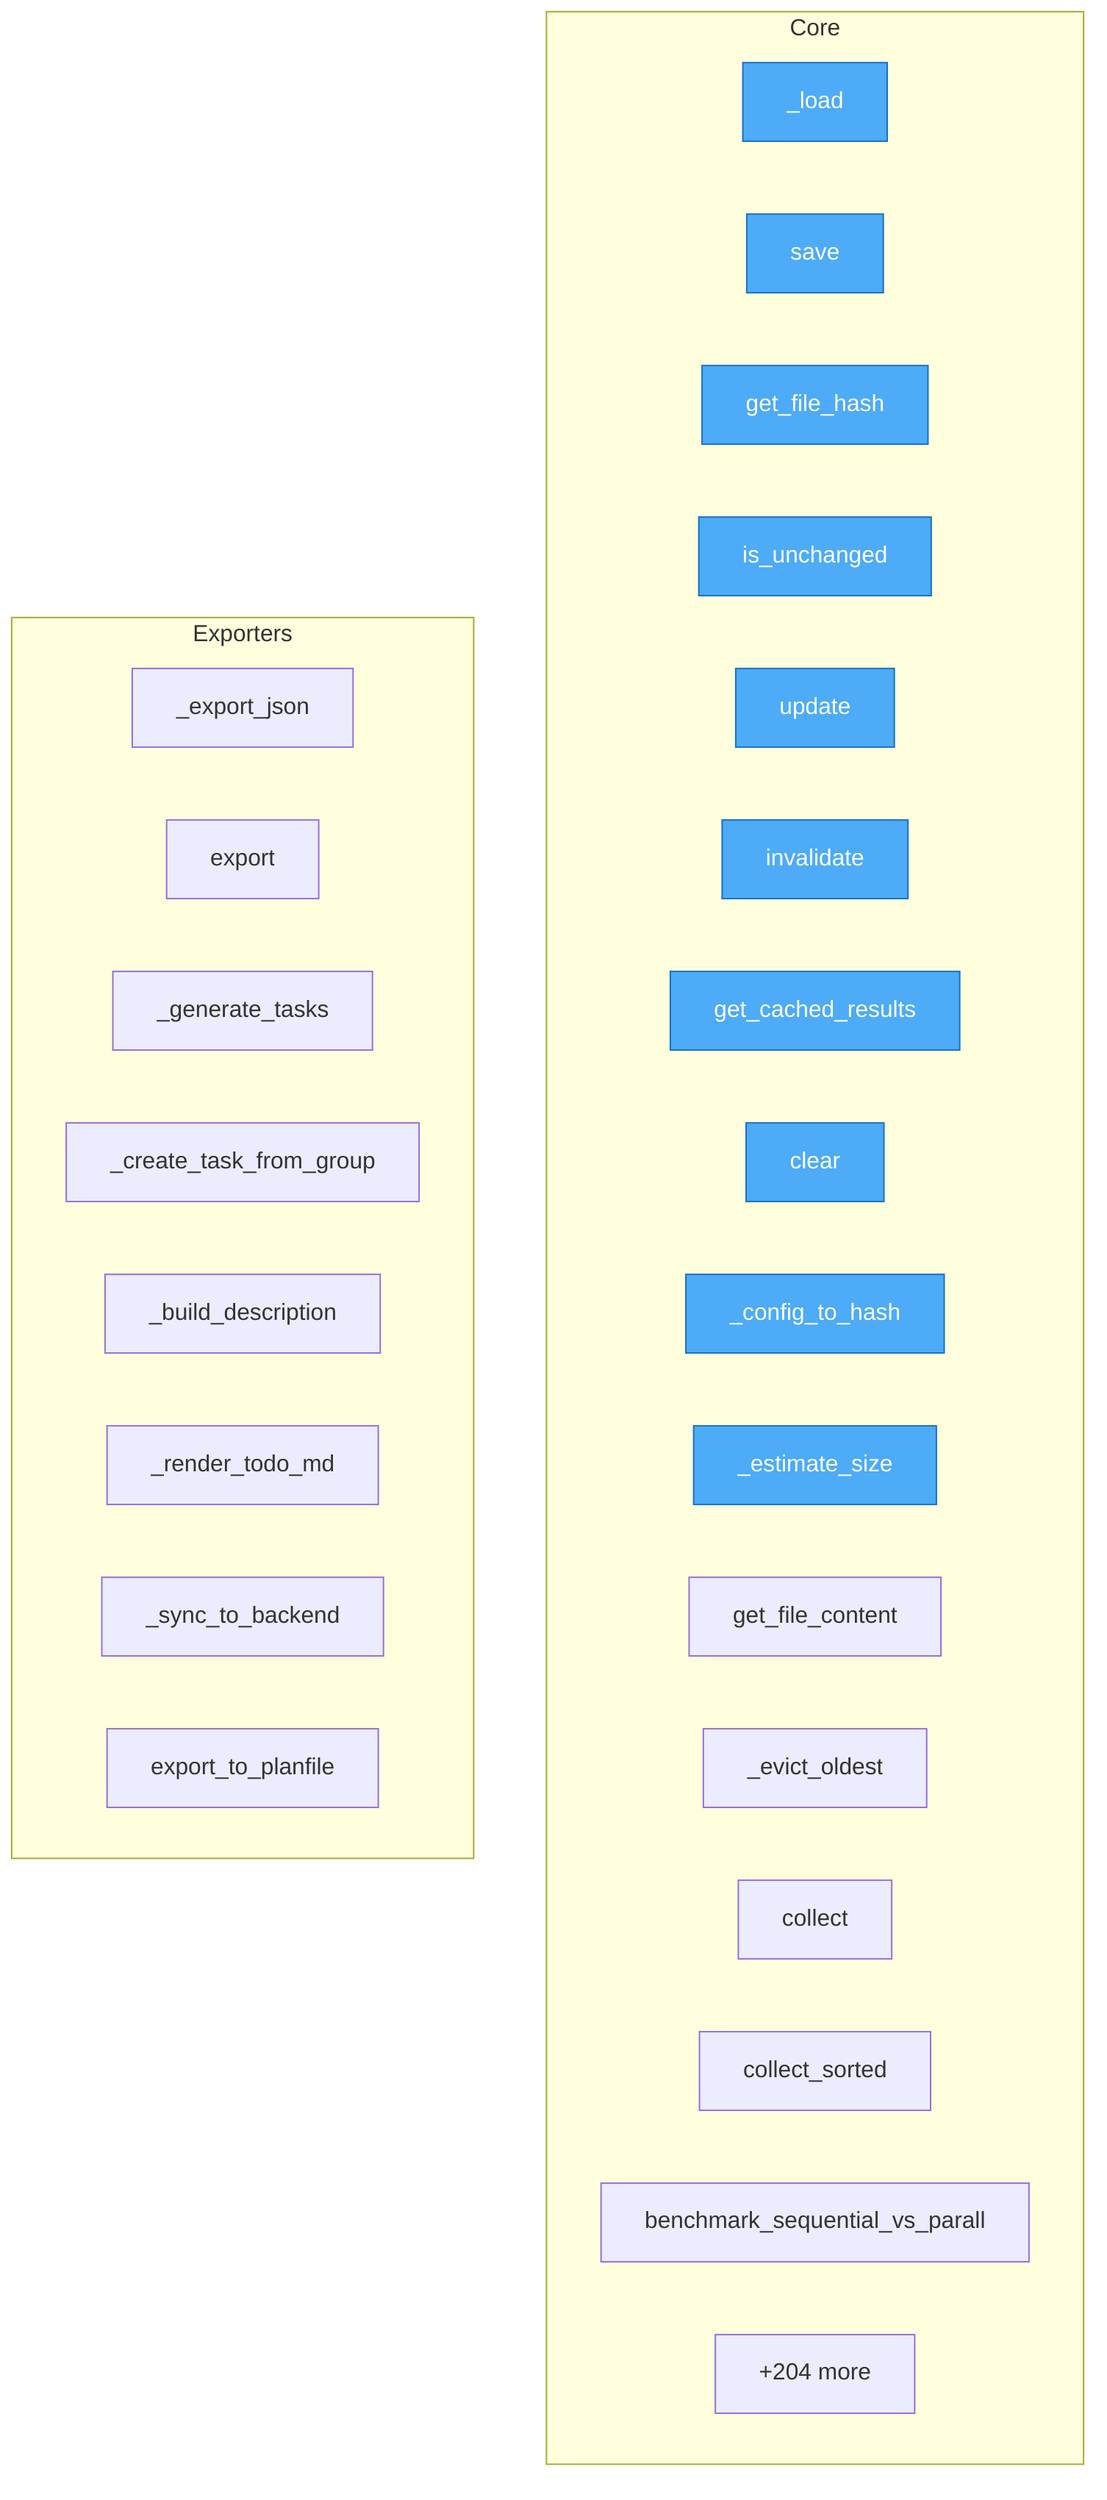
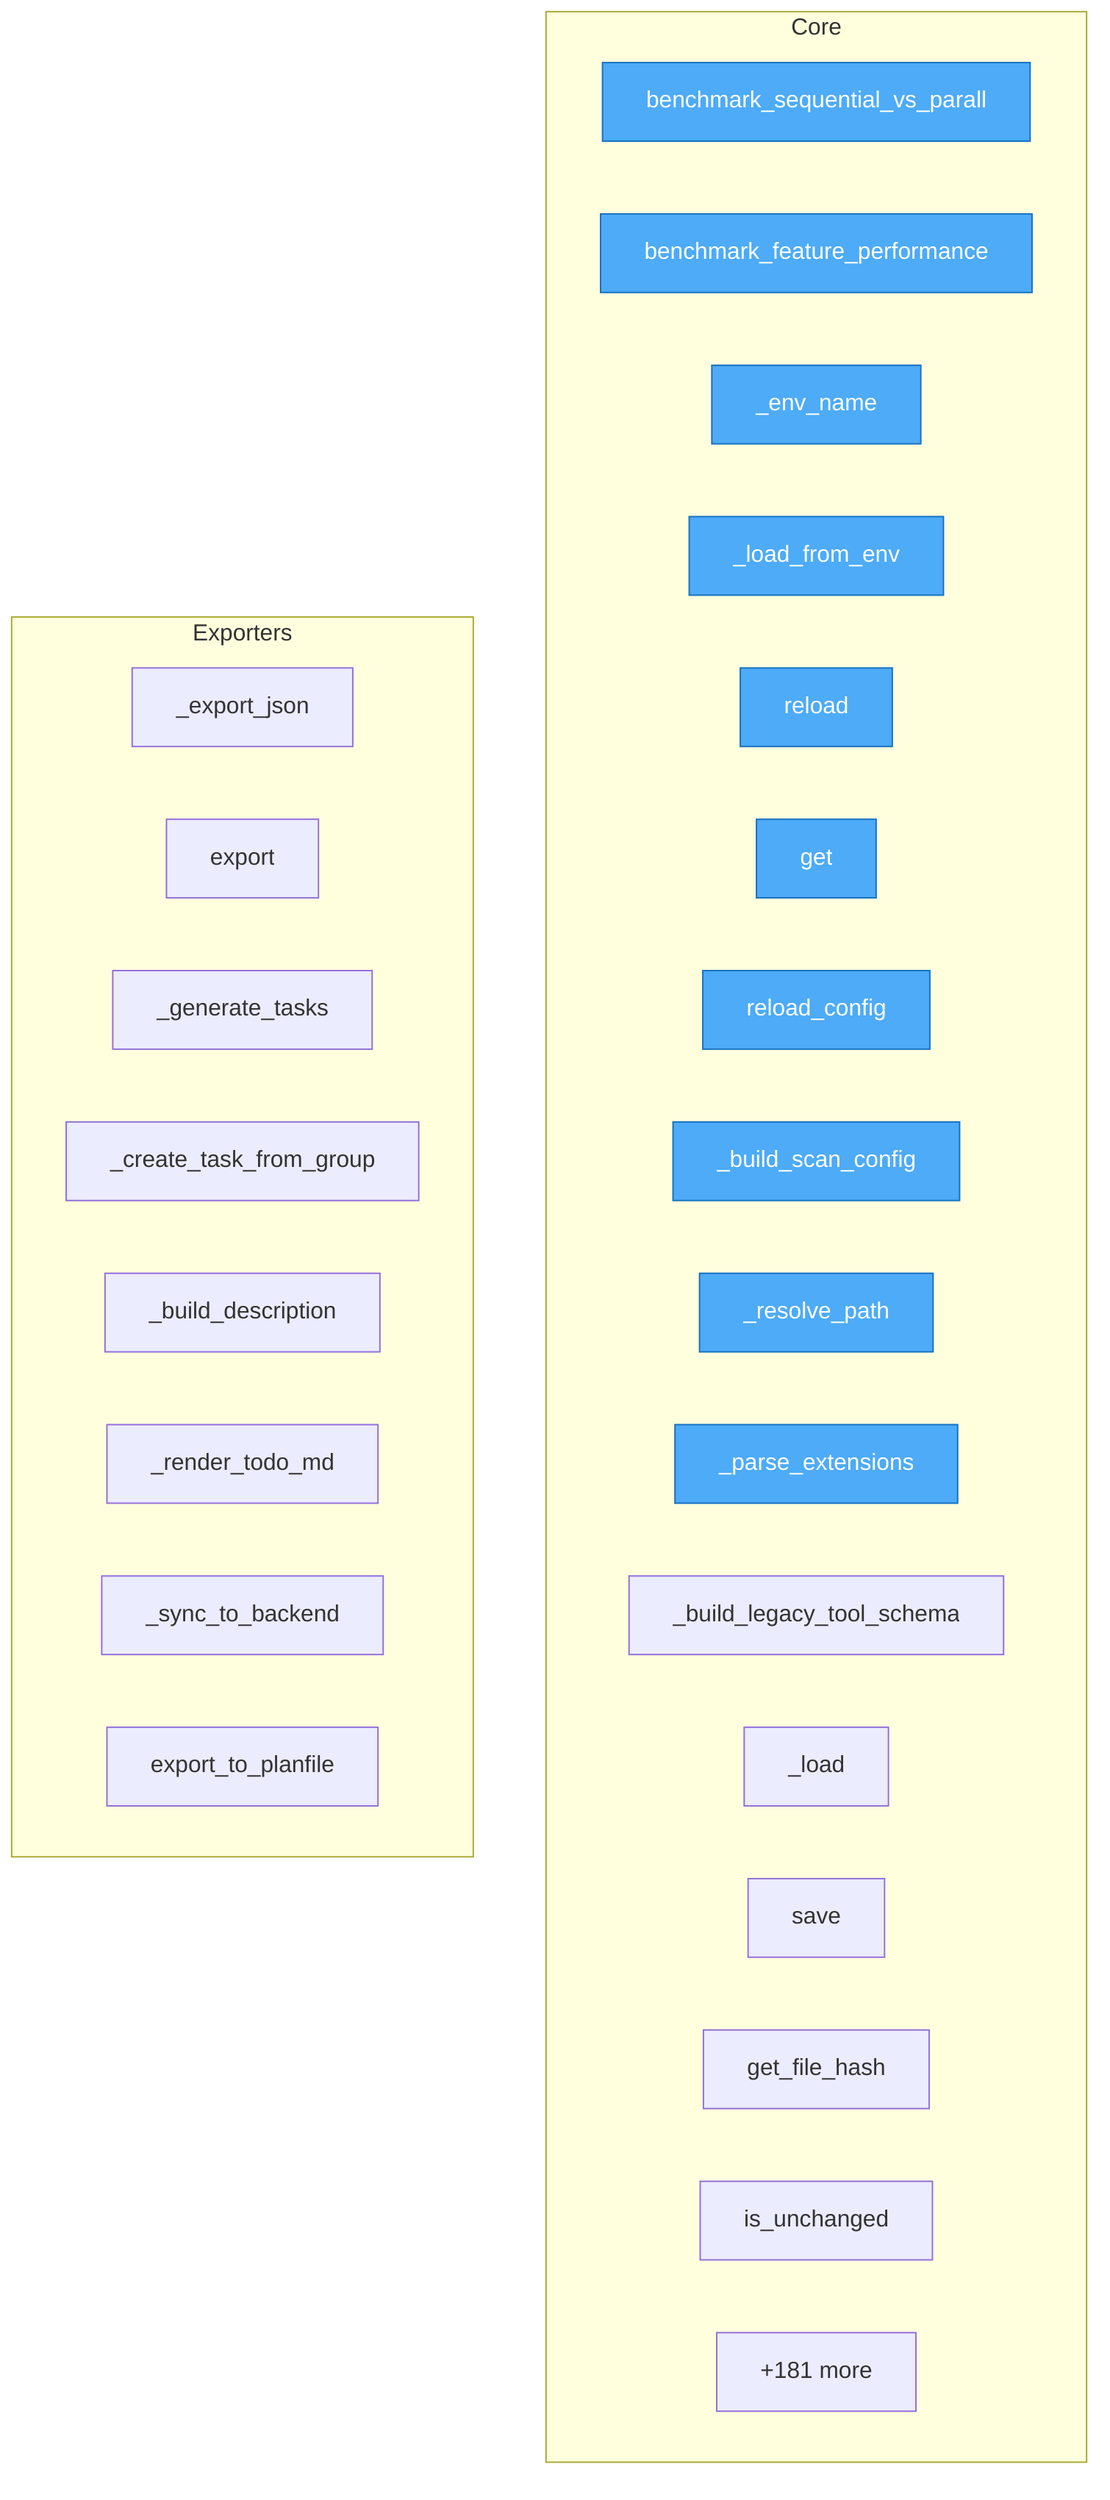
flowchart TD
%% generated in 0.03s

    %% Entry points (blue)
    classDef entry fill:#4dabf7,stroke:#1971c2,color:#fff

    subgraph Core
+         benchmark__benchmark_sequential_vs_parallel["benchmark_sequential_vs_parall"]
+         benchmark__benchmark_feature_performance["benchmark_feature_performance"]
+         src__redup__config__RedupConfig___env_name["_env_name"]
+         src__redup__config__RedupConfig___load_from_env["_load_from_env"]
+         src__redup__config__RedupConfig__reload["reload"]
+         src__redup__config__RedupConfig__get["get"]
+         src__redup__config__reload_config["reload_config"]
+         src__redup__analysis_logic___build_scan_config["_build_scan_config"]
+         src__redup__utils___resolve_path["_resolve_path"]
+         src__redup__utils___parse_extensions["_parse_extensions"]
+         src__redup__mcp_server___build_legacy_tool_schema["_build_legacy_tool_schema"]
        src__redup__core__hash_cache__HashCache___load["_load"]
        src__redup__core__hash_cache__HashCache__save["save"]
        src__redup__core__hash_cache__HashCache__get_file_hash["get_file_hash"]
        src__redup__core__hash_cache__HashCache__is_unchanged["is_unchanged"]
-         src__redup__core__hash_cache__HashCache__update["update"]
-         src__redup__core__hash_cache__HashCache__invalidate["invalidate"]
-         src__redup__core__hash_cache__HashCache__get_cached_results["get_cached_results"]
-         src__redup__core__hash_cache__HashCache__clear["clear"]
-         src__redup__core__hash_cache___config_to_hash["_config_to_hash"]
-         src__redup__core__scanner_cache__MemoryFileCache___estimate_size["_estimate_size"]
-         src__redup__core__scanner_cache__MemoryFileCache__get_file_content["get_file_content"]
-         src__redup__core__scanner_cache__MemoryFileCache___evict_oldest["_evict_oldest"]
-         src__redup__core__lazy_grouper__DuplicateGroupCollector__collect["collect"]
-         src__redup__core__lazy_grouper__DuplicateGroupCollector__collect_sorted["collect_sorted"]
-         benchmark__benchmark_sequential_vs_parallel["benchmark_sequential_vs_parall"]
-         ...["+204 more"]
+         ...["+181 more"]
    end

    subgraph Exporters
        src__redup__cli_app__compare_command___export_json["_export_json"]
        src__redup__integrations__planfile_integration__DuplicateTaskExporter__export["export"]
        src__redup__integrations__planfile_integration__DuplicateTaskExporter___generate_tasks["_generate_tasks"]
        src__redup__integrations__planfile_integration__DuplicateTaskExporter___create_task_from_group["_create_task_from_group"]
        src__redup__integrations__planfile_integration__DuplicateTaskExporter___build_description["_build_description"]
        src__redup__integrations__planfile_integration__DuplicateTaskExporter___render_todo_md["_render_todo_md"]
        src__redup__integrations__planfile_integration__DuplicateTaskExporter___sync_to_backend["_sync_to_backend"]
        src__redup__integrations__planfile_integration__export_to_planfile["export_to_planfile"]
    end

-     class src__redup__core__hash_cache__HashCache___load,src__redup__core__hash_cache__HashCache__save,src__redup__core__hash_cache__HashCache__get_file_hash,src__redup__core__hash_cache__HashCache__is_unchanged,src__redup__core__hash_cache__HashCache__update,src__redup__core__hash_cache__HashCache__invalidate,src__redup__core__hash_cache__HashCache__get_cached_results,src__redup__core__hash_cache__HashCache__clear,src__redup__core__hash_cache___config_to_hash,src__redup__core__scanner_cache__MemoryFileCache___estimate_size entry
+     class benchmark__benchmark_sequential_vs_parallel,benchmark__benchmark_feature_performance,src__redup__config__RedupConfig___env_name,src__redup__config__RedupConfig___load_from_env,src__redup__config__RedupConfig__reload,src__redup__config__RedupConfig__get,src__redup__config__reload_config,src__redup__analysis_logic___build_scan_config,src__redup__utils___resolve_path,src__redup__utils___parse_extensions entry
